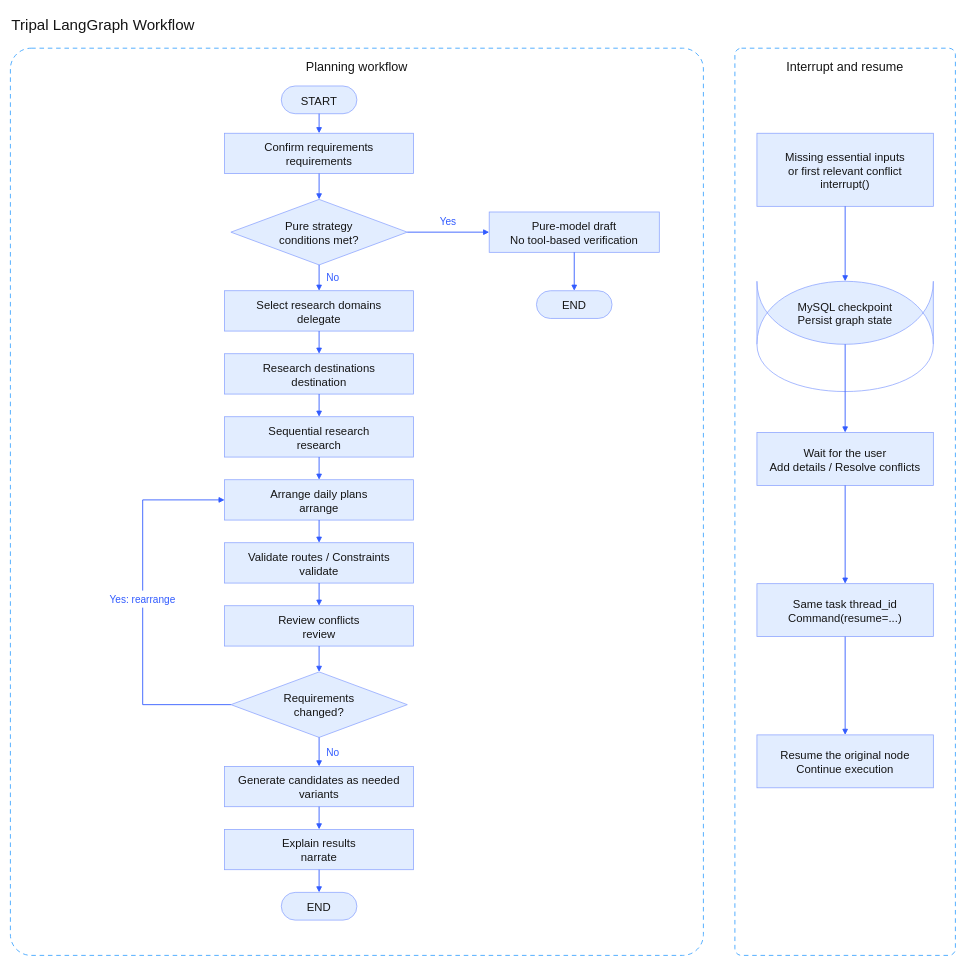
Earlier version of the draw.io diagram docs/assets/architecture/structured/03-langgraph.en.drawio (JingleiCui/TripPal). Source tidied: cells renumbered, new cells numbered last; positions are measured from the earlier drawing's top-left corner, leaving out a move shared by most shapes. Both pictures are drawn from the tidied source at 63%, with x=0, y=0 at pixel (10, 10).
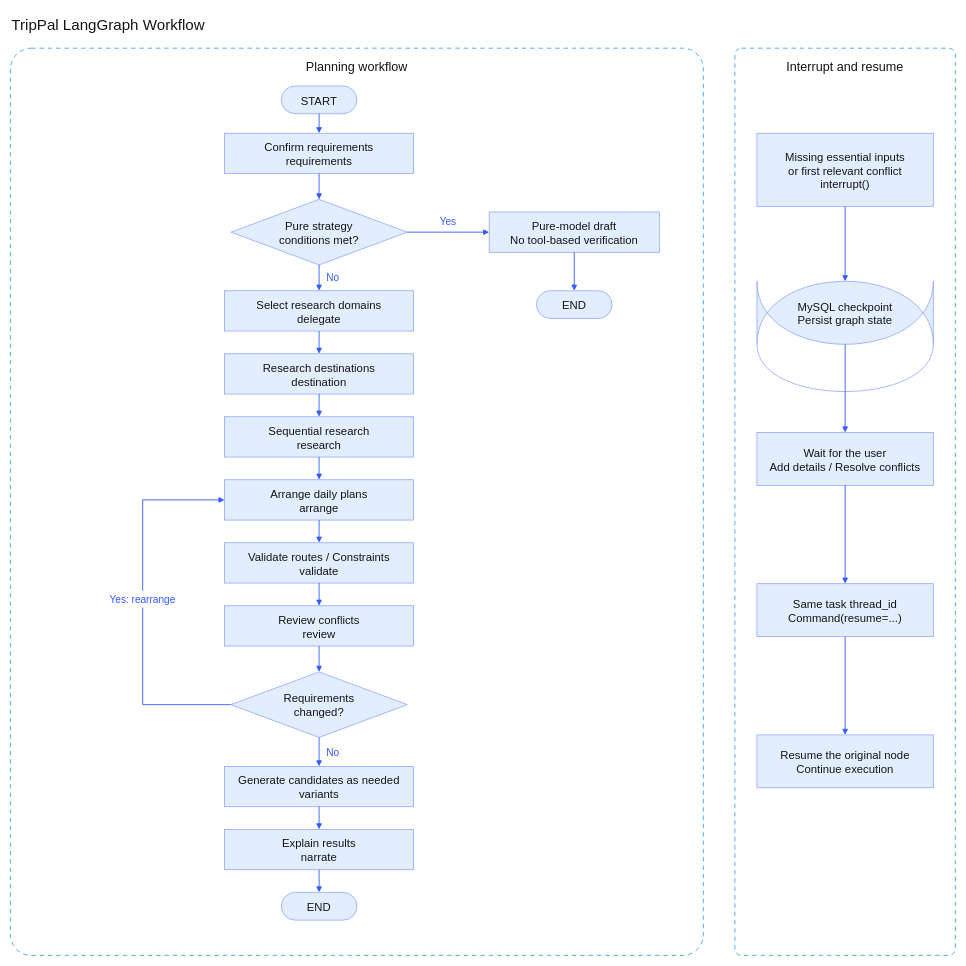
The same diagram, later.

Diff of the diagram source:
```diff
@@
-    <mxCell id="2" value="Tripal LangGraph Workflow" style="html=0;fontFamily=Arial;fontColor=#151515;strokeWidth=1.2;text;align=left;verticalAlign=middle;fontSize=24;" parent="1" vertex="1">
+    <mxCell id="2" value="TripPal LangGraph Workflow" style="html=0;fontFamily=Arial;fontColor=#151515;strokeWidth=1.2;text;align=left;verticalAlign=middle;fontSize=24;" parent="1" vertex="1">
       <mxGeometry width="1500" height="40" as="geometry" />
     </mxCell>
```
